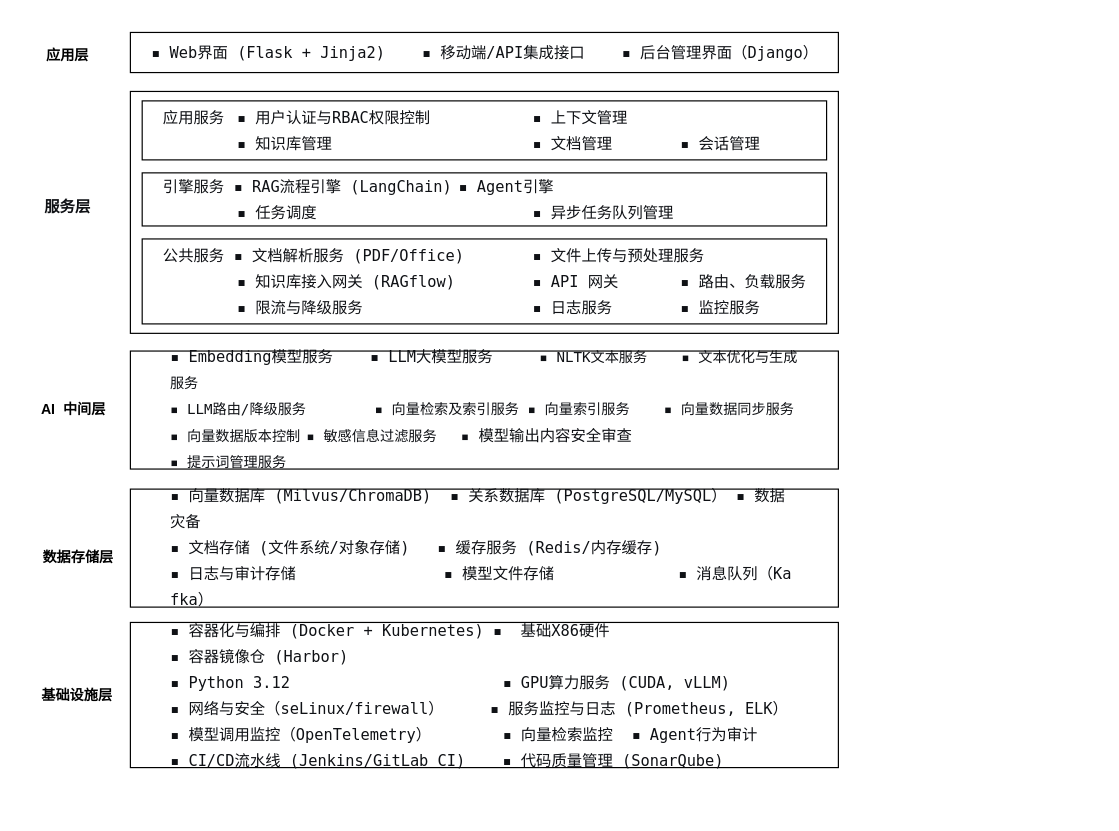
liuyngchng/llm_agent keeps this draw.io diagram as deploy/arch.drawio. Above is the earlier version. Source tidied: cells renumbered, new cells numbered last; positions are measured from the earlier drawing's top-left corner, leaving out a move shared by most shapes. Both pictures are drawn from the tidied source at 118%, with x=0, y=0 at pixel (20, 32).
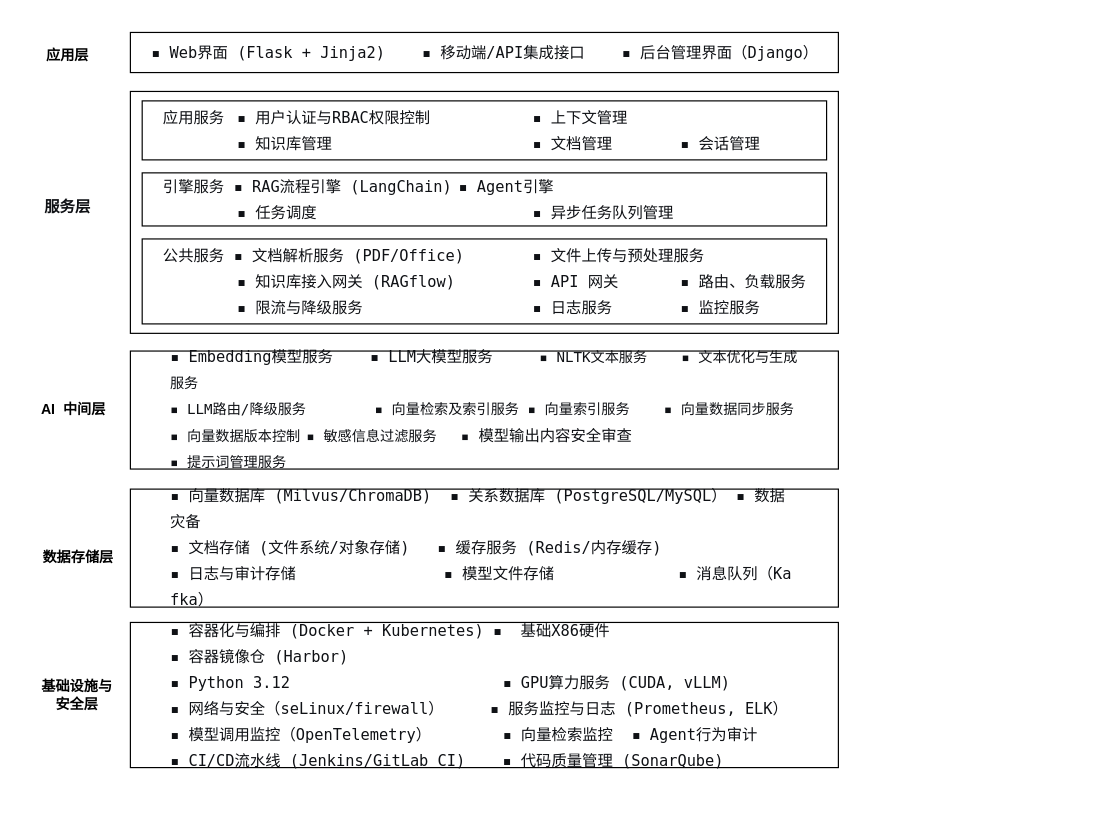
The same page after the edit.

What changed in the source:
```diff
@@
 <mxGraphModel>
   <root>
     <mxCell id="0" />
     <mxCell id="1" parent="0" />
     <mxCell id="2" value="应用层" style="rounded=0;whiteSpace=wrap;html=1;fillColor=none;strokeColor=none;fontStyle=1;" parent="1" vertex="1">
       <mxGeometry width="80" height="40" as="geometry" />
     </mxCell>
     <mxCell id="3" value="&lt;pre style=&quot;text-align: justify; font-variant-numeric: normal; font-variant-east-asian: normal; font-variant-alternates: normal; font-size-adjust: none; font-kerning: auto; font-optical-sizing: auto; font-feature-settings: normal; font-variation-settings: normal; font-variant-position: normal; font-variant-emoji: normal; font-stretch: normal; font-size: 13px; line-height: 22px; font-family: Menlo, Monaco, Consolas, &amp;quot;Cascadia Mono&amp;quot;, &amp;quot;Ubuntu Mono&amp;quot;, &amp;quot;DejaVu Sans Mono&amp;quot;, &amp;quot;Liberation Mono&amp;quot;, &amp;quot;JetBrains Mono&amp;quot;, &amp;quot;Fira Code&amp;quot;, Cousine, &amp;quot;Roboto Mono&amp;quot;, &amp;quot;Courier New&amp;quot;, Courier, sans-serif, system-ui; overflow: auto; text-wrap-mode: wrap; word-break: break-all; padding: 16px; color: rgb(15, 17, 21); margin: 0px !important;&quot;&gt;▪ Web界面 (Flask + Jinja2)    ▪ 移动端/API集成接口    ▪ 后台管理界面（Django）&lt;/pre&gt;" style="rounded=0;whiteSpace=wrap;html=1;align=left;fillColor=default;" parent="1" vertex="1">
       <mxGeometry x="93" width="600" height="34" as="geometry" />
     </mxCell>
     <mxCell id="4" value="&lt;pre style=&quot;font-variant-numeric: normal; font-variant-east-asian: normal; font-variant-alternates: normal; font-size-adjust: none; font-kerning: auto; font-optical-sizing: auto; font-feature-settings: normal; font-variation-settings: normal; font-variant-position: normal; font-variant-emoji: normal; font-stretch: normal; font-size: 13px; line-height: 22px; font-family: Menlo, Monaco, Consolas, &amp;quot;Cascadia Mono&amp;quot;, &amp;quot;Ubuntu Mono&amp;quot;, &amp;quot;DejaVu Sans Mono&amp;quot;, &amp;quot;Liberation Mono&amp;quot;, &amp;quot;JetBrains Mono&amp;quot;, &amp;quot;Fira Code&amp;quot;, Cousine, &amp;quot;Roboto Mono&amp;quot;, &amp;quot;Courier New&amp;quot;, Courier, sans-serif, system-ui; overflow: auto; text-wrap-mode: wrap; word-break: break-all; padding: 16px; color: rgb(15, 17, 21); text-align: start; margin: 0px !important;&quot;&gt;服务层&lt;/pre&gt;" style="rounded=0;whiteSpace=wrap;html=1;strokeColor=none;fontStyle=1;fillColor=none;" parent="1" vertex="1">
       <mxGeometry y="131" width="80" height="33" as="geometry" />
     </mxCell>
     <mxCell id="5" style="rounded=0;whiteSpace=wrap;html=1;align=left;fillColor=default;" parent="1" vertex="1">
       <mxGeometry x="93" y="50" width="600" height="205" as="geometry" />
     </mxCell>
     <mxCell id="6" value="AI&amp;nbsp; 中间层" style="rounded=0;whiteSpace=wrap;html=1;fontStyle=1;strokeColor=none;fillColor=none;" parent="1" vertex="1">
       <mxGeometry x="5" y="301" width="80" height="38" as="geometry" />
     </mxCell>
     <mxCell id="7" value="&lt;pre style=&quot;font-variant-numeric: normal; font-variant-east-asian: normal; font-variant-alternates: normal; font-size-adjust: none; font-kerning: auto; font-optical-sizing: auto; font-feature-settings: normal; font-variation-settings: normal; font-variant-position: normal; font-variant-emoji: normal; font-stretch: normal; line-height: 22px; font-family: Menlo, Monaco, Consolas, &amp;quot;Cascadia Mono&amp;quot;, &amp;quot;Ubuntu Mono&amp;quot;, &amp;quot;DejaVu Sans Mono&amp;quot;, &amp;quot;Liberation Mono&amp;quot;, &amp;quot;JetBrains Mono&amp;quot;, &amp;quot;Fira Code&amp;quot;, Cousine, &amp;quot;Roboto Mono&amp;quot;, &amp;quot;Courier New&amp;quot;, Courier, sans-serif, system-ui; overflow: auto; text-wrap-mode: wrap; word-break: break-all; padding: 16px; color: rgb(15, 17, 21); margin: 0px !important;&quot;&gt;&lt;pre style=&quot;font-variant-numeric: normal; font-variant-east-asian: normal; font-variant-alternates: normal; font-size-adjust: none; font-kerning: auto; font-optical-sizing: auto; font-feature-settings: normal; font-variation-settings: normal; font-variant-position: normal; font-variant-emoji: normal; font-stretch: normal; line-height: 22px; font-family: Menlo, Monaco, Consolas, &amp;quot;Cascadia Mono&amp;quot;, &amp;quot;Ubuntu Mono&amp;quot;, &amp;quot;DejaVu Sans Mono&amp;quot;, &amp;quot;Liberation Mono&amp;quot;, &amp;quot;JetBrains Mono&amp;quot;, &amp;quot;Fira Code&amp;quot;, Cousine, &amp;quot;Roboto Mono&amp;quot;, &amp;quot;Courier New&amp;quot;, Courier, sans-serif, system-ui; overflow: auto; text-wrap-mode: wrap; word-break: break-all; padding: 16px; margin: 0px !important;&quot;&gt;&lt;span style=&quot;font-size: 13px;&quot;&gt;▪ Embedding模型服务    ▪ LLM大模型服务&lt;span style=&quot;white-space: pre;&quot;&gt;&#9;&lt;/span&gt;&lt;/span&gt;▪ NLTK文本服务    ▪ 文本优化与生成服务&lt;br&gt;▪ LLM路由/降级服务&lt;span style=&quot;white-space: pre;&quot;&gt;&#9;&lt;/span&gt;▪ 向量检索及索引服务 ▪ 向量索引服务    ▪ 向量数据同步服务&lt;br&gt;▪ 向量数据版本控制&lt;span style=&quot;white-space: pre;&quot;&gt;&#9;&lt;/span&gt;▪ &lt;font style=&quot;white-space-collapse: collapse; background-color: transparent;&quot;&gt;&lt;span style=&quot;font-family: quote-cjk-patch, Inter, system-ui, -apple-system, BlinkMacSystemFont, &amp;quot;Segoe UI&amp;quot;, Roboto, Oxygen, Ubuntu, Cantarell, &amp;quot;Open Sans&amp;quot;, &amp;quot;Helvetica Neue&amp;quot;, sans-serif; background-color: rgb(255, 255, 255);&quot;&gt;敏感信息过滤服务&lt;span style=&quot;white-space: pre;&quot;&gt;&#9;&lt;/span&gt;&amp;nbsp;&lt;/span&gt;&lt;/font&gt;▪&lt;span style=&quot;font-size: 13px; white-space-collapse: collapse; background-color: transparent;&quot;&gt; &lt;/span&gt;&lt;span style=&quot;font-size: 13px; white-space-collapse: collapse; font-family: quote-cjk-patch, Inter, system-ui, -apple-system, BlinkMacSystemFont, &amp;quot;Segoe UI&amp;quot;, Roboto, Oxygen, Ubuntu, Cantarell, &amp;quot;Open Sans&amp;quot;, &amp;quot;Helvetica Neue&amp;quot;, sans-serif; background-color: rgb(255, 255, 255);&quot;&gt;模型输出内容安全审查&lt;br&gt;&lt;/span&gt;▪ 提示词管理服务&amp;nbsp;&lt;/pre&gt;&lt;/pre&gt;" style="rounded=0;whiteSpace=wrap;html=1;align=left;" parent="1" vertex="1">
       <mxGeometry x="93" y="270" width="600" height="100" as="geometry" />
     </mxCell>
     <mxCell id="8" value="数据存储层" style="rounded=0;whiteSpace=wrap;html=1;fontStyle=1;strokeColor=none;fillColor=none;" parent="1" vertex="1">
       <mxGeometry x="9" y="428" width="80" height="34" as="geometry" />
     </mxCell>
     <mxCell id="9" value="&lt;pre style=&quot;font-variant-numeric: normal; font-variant-east-asian: normal; font-variant-alternates: normal; font-size-adjust: none; font-kerning: auto; font-optical-sizing: auto; font-feature-settings: normal; font-variation-settings: normal; font-variant-position: normal; font-variant-emoji: normal; font-stretch: normal; font-size: 13px; line-height: 22px; font-family: Menlo, Monaco, Consolas, &amp;quot;Cascadia Mono&amp;quot;, &amp;quot;Ubuntu Mono&amp;quot;, &amp;quot;DejaVu Sans Mono&amp;quot;, &amp;quot;Liberation Mono&amp;quot;, &amp;quot;JetBrains Mono&amp;quot;, &amp;quot;Fira Code&amp;quot;, Cousine, &amp;quot;Roboto Mono&amp;quot;, &amp;quot;Courier New&amp;quot;, Courier, sans-serif, system-ui; overflow: auto; text-wrap-mode: wrap; word-break: break-all; padding: 16px; color: rgb(15, 17, 21); margin: 0px !important;&quot;&gt;&lt;pre style=&quot;font-variant-numeric: normal; font-variant-east-asian: normal; font-variant-alternates: normal; font-size-adjust: none; font-kerning: auto; font-optical-sizing: auto; font-feature-settings: normal; font-variation-settings: normal; font-variant-position: normal; font-variant-emoji: normal; font-stretch: normal; line-height: 22px; font-family: Menlo, Monaco, Consolas, &amp;quot;Cascadia Mono&amp;quot;, &amp;quot;Ubuntu Mono&amp;quot;, &amp;quot;DejaVu Sans Mono&amp;quot;, &amp;quot;Liberation Mono&amp;quot;, &amp;quot;JetBrains Mono&amp;quot;, &amp;quot;Fira Code&amp;quot;, Cousine, &amp;quot;Roboto Mono&amp;quot;, &amp;quot;Courier New&amp;quot;, Courier, sans-serif, system-ui; overflow: auto; text-wrap-mode: wrap; word-break: break-all; padding: 16px; margin: 0px !important;&quot;&gt;▪ 向量数据库 (Milvus/ChromaDB)  ▪ 关系数据库 (PostgreSQL/MySQL） ▪ 数据灾备&lt;br&gt;▪ 文档存储 (文件系统/对象存储)   ▪ 缓存服务 (Redis/内存缓存) &lt;br&gt;▪ 日志与审计存储                ▪ 模型文件存储&lt;span style=&quot;white-space: pre;&quot;&gt;&#9;&lt;/span&gt;       ▪ 消息队列（Kafka）&lt;/pre&gt;&lt;/pre&gt;" style="rounded=0;whiteSpace=wrap;html=1;align=left;" parent="1" vertex="1">
       <mxGeometry x="93" y="387" width="600" height="100" as="geometry" />
     </mxCell>
-    <mxCell id="10" value="基础设施层" style="rounded=0;whiteSpace=wrap;html=1;fontStyle=1;strokeColor=none;fillColor=none;" parent="1" vertex="1">
+    <mxCell id="10" value="基础设施与&lt;br&gt;安全层" style="rounded=0;whiteSpace=wrap;html=1;fontStyle=1;strokeColor=none;fillColor=none;" parent="1" vertex="1">
       <mxGeometry x="8" y="543" width="80" height="37" as="geometry" />
     </mxCell>
     <mxCell id="11" value="&lt;pre style=&quot;font-variant-numeric: normal; font-variant-east-asian: normal; font-variant-alternates: normal; font-size-adjust: none; font-kerning: auto; font-optical-sizing: auto; font-feature-settings: normal; font-variation-settings: normal; font-variant-position: normal; font-variant-emoji: normal; font-stretch: normal; font-size: 13px; line-height: 22px; font-family: Menlo, Monaco, Consolas, &amp;quot;Cascadia Mono&amp;quot;, &amp;quot;Ubuntu Mono&amp;quot;, &amp;quot;DejaVu Sans Mono&amp;quot;, &amp;quot;Liberation Mono&amp;quot;, &amp;quot;JetBrains Mono&amp;quot;, &amp;quot;Fira Code&amp;quot;, Cousine, &amp;quot;Roboto Mono&amp;quot;, &amp;quot;Courier New&amp;quot;, Courier, sans-serif, system-ui; overflow: auto; word-break: break-all; padding: 16px; color: rgb(15, 17, 21); margin: 0px !important;&quot;&gt;&lt;pre style=&quot;font-variant-numeric: normal; font-variant-east-asian: normal; font-variant-alternates: normal; font-size-adjust: none; font-kerning: auto; font-optical-sizing: auto; font-feature-settings: normal; font-variation-settings: normal; font-variant-position: normal; font-variant-emoji: normal; font-stretch: normal; line-height: 22px; font-family: Menlo, Monaco, Consolas, &amp;quot;Cascadia Mono&amp;quot;, &amp;quot;Ubuntu Mono&amp;quot;, &amp;quot;DejaVu Sans Mono&amp;quot;, &amp;quot;Liberation Mono&amp;quot;, &amp;quot;JetBrains Mono&amp;quot;, &amp;quot;Fira Code&amp;quot;, Cousine, &amp;quot;Roboto Mono&amp;quot;, &amp;quot;Courier New&amp;quot;, Courier, sans-serif, system-ui; overflow: auto; word-break: break-all; padding: 16px; margin: 0px !important;&quot;&gt;&lt;span style=&quot;text-wrap-mode: wrap;&quot;&gt;▪ 容器化与编排 (Docker + Kubernetes) ▪  基础X86硬件   &lt;/span&gt;▪ 容器镜像仓 (Harbor)&lt;span style=&quot;text-wrap-mode: wrap;&quot;&gt;&lt;br&gt;&lt;/span&gt;&lt;span style=&quot;text-wrap-mode: wrap;&quot;&gt;▪ Python 3.12                       ▪ GPU算力服务 (CUDA, vLLM)                                        &lt;br&gt;▪ 网络与安全（seLinux/firewall）&lt;/span&gt;     &lt;span style=&quot;white-space: normal; background-color: transparent;&quot;&gt;▪ 服务监控与日志 (Prometheus, ELK）&lt;/span&gt;▪ 模型调用监控（OpenTelemetry）  &lt;span style=&quot;white-space: pre;&quot;&gt;&#9;&lt;/span&gt;    ▪ 向量检索监控  ▪ Agent行为审计&lt;br&gt;▪ CI/CD流水线 (Jenkins/GitLab CI)    ▪ 代码质量管理 (SonarQube)&lt;/pre&gt;&lt;/pre&gt;" style="rounded=0;whiteSpace=wrap;html=1;align=left;" parent="1" vertex="1">
       <mxGeometry x="93" y="500" width="600" height="123" as="geometry" />
     </mxCell>
     <mxCell id="12" value="&lt;pre style=&quot;font-variant-numeric: normal; font-variant-east-asian: normal; font-variant-alternates: normal; font-size-adjust: none; font-kerning: auto; font-optical-sizing: auto; font-feature-settings: normal; font-variation-settings: normal; font-variant-position: normal; font-variant-emoji: normal; font-stretch: normal; font-size: 13px; line-height: 22px; font-family: Menlo, Monaco, Consolas, &amp;quot;Cascadia Mono&amp;quot;, &amp;quot;Ubuntu Mono&amp;quot;, &amp;quot;DejaVu Sans Mono&amp;quot;, &amp;quot;Liberation Mono&amp;quot;, &amp;quot;JetBrains Mono&amp;quot;, &amp;quot;Fira Code&amp;quot;, Cousine, &amp;quot;Roboto Mono&amp;quot;, &amp;quot;Courier New&amp;quot;, Courier, sans-serif, system-ui; overflow: auto; text-wrap-mode: wrap; word-break: break-all; padding: 16px; color: rgb(15, 17, 21); margin: 0px !important;&quot;&gt;应用服务&lt;span style=&quot;white-space: pre;&quot;&gt;&#9;&lt;/span&gt;▪ 用户认证与RBAC权限控制&lt;span style=&quot;white-space: pre;&quot;&gt;&#9;&lt;span style=&quot;white-space: pre;&quot;&gt;&#9;&lt;/span&gt;&lt;/span&gt;▪ 上下文管理&lt;br&gt;&lt;span style=&quot;white-space: pre;&quot;&gt;&#9;&lt;/span&gt;▪ 知识库管理&lt;span style=&quot;white-space: pre;&quot;&gt;&#9;&lt;/span&gt;&lt;span style=&quot;white-space: pre;&quot;&gt;&#9;&lt;span style=&quot;white-space: pre;&quot;&gt;&#9;&lt;/span&gt;&lt;/span&gt;▪ 文档管理&lt;span style=&quot;white-space: pre;&quot;&gt;&#9;&lt;/span&gt;▪ 会话管理&lt;br&gt;&lt;/pre&gt;" style="rounded=0;whiteSpace=wrap;html=1;align=left;fillColor=default;" parent="1" vertex="1">
       <mxGeometry x="103" y="58" width="580" height="50" as="geometry" />
     </mxCell>
     <mxCell id="13" value="&lt;pre style=&quot;font-variant-numeric: normal; font-variant-east-asian: normal; font-variant-alternates: normal; font-size-adjust: none; font-kerning: auto; font-optical-sizing: auto; font-feature-settings: normal; font-variation-settings: normal; font-variant-position: normal; font-variant-emoji: normal; font-stretch: normal; font-size: 13px; line-height: 22px; font-family: Menlo, Monaco, Consolas, &amp;quot;Cascadia Mono&amp;quot;, &amp;quot;Ubuntu Mono&amp;quot;, &amp;quot;DejaVu Sans Mono&amp;quot;, &amp;quot;Liberation Mono&amp;quot;, &amp;quot;JetBrains Mono&amp;quot;, &amp;quot;Fira Code&amp;quot;, Cousine, &amp;quot;Roboto Mono&amp;quot;, &amp;quot;Courier New&amp;quot;, Courier, sans-serif, system-ui; overflow: auto; text-wrap-mode: wrap; word-break: break-all; padding: 16px; color: rgb(15, 17, 21); margin: 0px !important;&quot;&gt;引擎服务 ▪ RAG流程引擎 (LangChain)&lt;span style=&quot;white-space: pre;&quot;&gt;&#9;&lt;/span&gt;▪&lt;span style=&quot;background-color: transparent; white-space-collapse: collapse;&quot;&gt;&amp;nbsp;&lt;/span&gt;Agent引擎&lt;br&gt;&lt;span style=&quot;white-space: pre;&quot;&gt;&#9;&lt;/span&gt;▪ 任务调度&lt;span style=&quot;white-space: pre;&quot;&gt;&#9;&lt;span style=&quot;white-space: pre;&quot;&gt;&#9;&lt;span style=&quot;white-space: pre;&quot;&gt;&#9;&lt;/span&gt;&lt;/span&gt;&lt;/span&gt;▪ 异步任务队列管理&lt;br&gt;&lt;/pre&gt;" style="rounded=0;whiteSpace=wrap;html=1;align=left;fillColor=default;" parent="1" vertex="1">
       <mxGeometry x="103" y="119" width="580" height="45" as="geometry" />
     </mxCell>
     <mxCell id="14" value="&lt;pre style=&quot;font-variant-numeric: normal; font-variant-east-asian: normal; font-variant-alternates: normal; font-size-adjust: none; font-kerning: auto; font-optical-sizing: auto; font-feature-settings: normal; font-variation-settings: normal; font-variant-position: normal; font-variant-emoji: normal; font-stretch: normal; font-size: 13px; line-height: 22px; font-family: Menlo, Monaco, Consolas, &amp;quot;Cascadia Mono&amp;quot;, &amp;quot;Ubuntu Mono&amp;quot;, &amp;quot;DejaVu Sans Mono&amp;quot;, &amp;quot;Liberation Mono&amp;quot;, &amp;quot;JetBrains Mono&amp;quot;, &amp;quot;Fira Code&amp;quot;, Cousine, &amp;quot;Roboto Mono&amp;quot;, &amp;quot;Courier New&amp;quot;, Courier, sans-serif, system-ui; overflow: auto; text-wrap-mode: wrap; word-break: break-all; padding: 16px; color: rgb(15, 17, 21); margin: 0px !important;&quot;&gt;公共服务 ▪ 文档解析服务 (PDF/Office) &lt;span style=&quot;white-space: pre;&quot;&gt;&#9;&lt;/span&gt;▪ 文件上传与预处理服务 &lt;br/&gt;&lt;span style=&quot;white-space: pre;&quot;&gt;&#9;&lt;/span&gt;▪ 知识库接入网关 (RAGflow) &lt;span style=&quot;white-space: pre;&quot;&gt;&#9;&lt;/span&gt;▪ API 网关&lt;span style=&quot;white-space: pre;&quot;&gt;&#9;&lt;/span&gt;▪ 路由、负载服务&lt;br/&gt;&lt;span style=&quot;white-space: pre;&quot;&gt;&#9;&lt;/span&gt;▪ 限流与降级服务           &lt;span style=&quot;white-space: pre;&quot;&gt;&#9;&lt;/span&gt;&lt;span style=&quot;white-space-collapse: collapse; background-color: transparent;&quot;&gt;▪ 日志服务&lt;/span&gt;&#9;&lt;span style=&quot;white-space-collapse: collapse; background-color: transparent;&quot;&gt;▪ 监控服务&lt;/span&gt;&lt;/pre&gt;" style="rounded=0;whiteSpace=wrap;html=1;align=left;fillColor=default;" parent="1" vertex="1">
       <mxGeometry x="103" y="175" width="580" height="72" as="geometry" />
     </mxCell>
   </root>
 </mxGraphModel>
```
